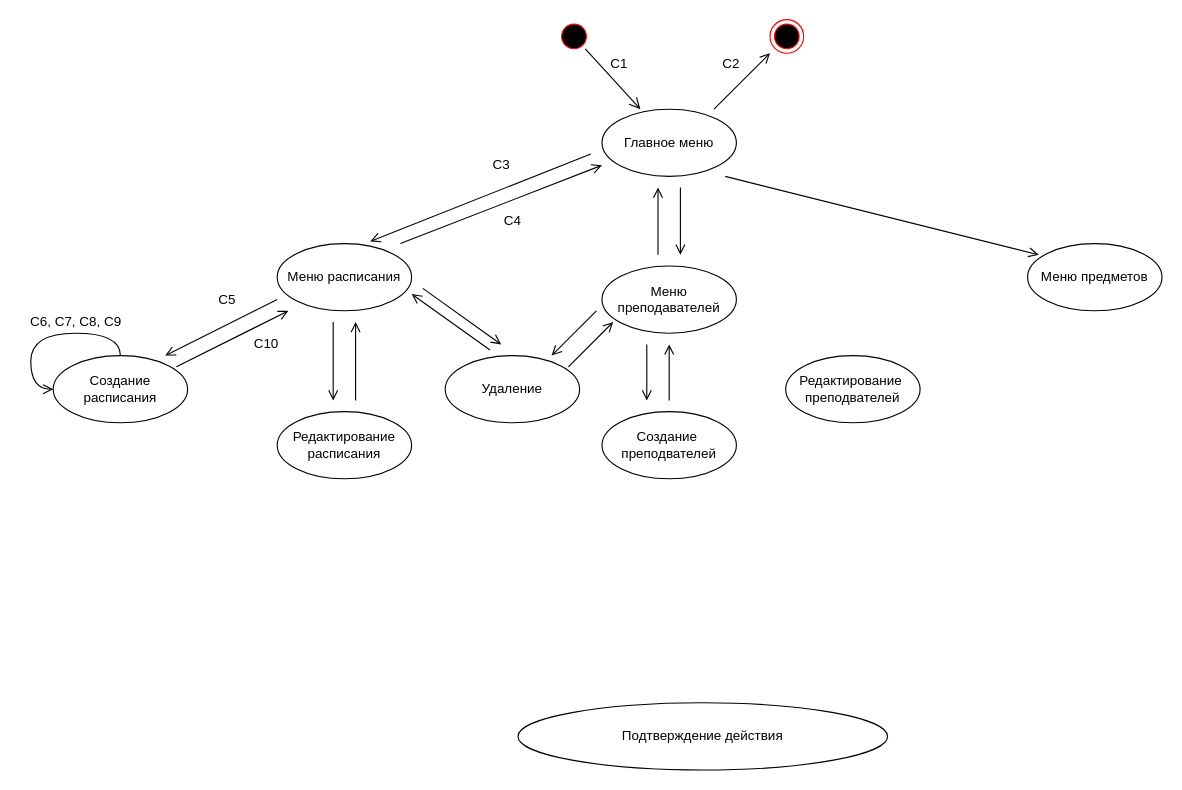
Before: граф_состояний_интерфейса.drawio in D-Black-N/TRPS, a draw.io diagram. Source tidied: cells renumbered, new cells numbered last; positions are measured from the earlier drawing's top-left corner, leaving out a move shared by most shapes. Both pictures are drawn from the tidied source at 112%, with x=0, y=0 at pixel (19, 19).
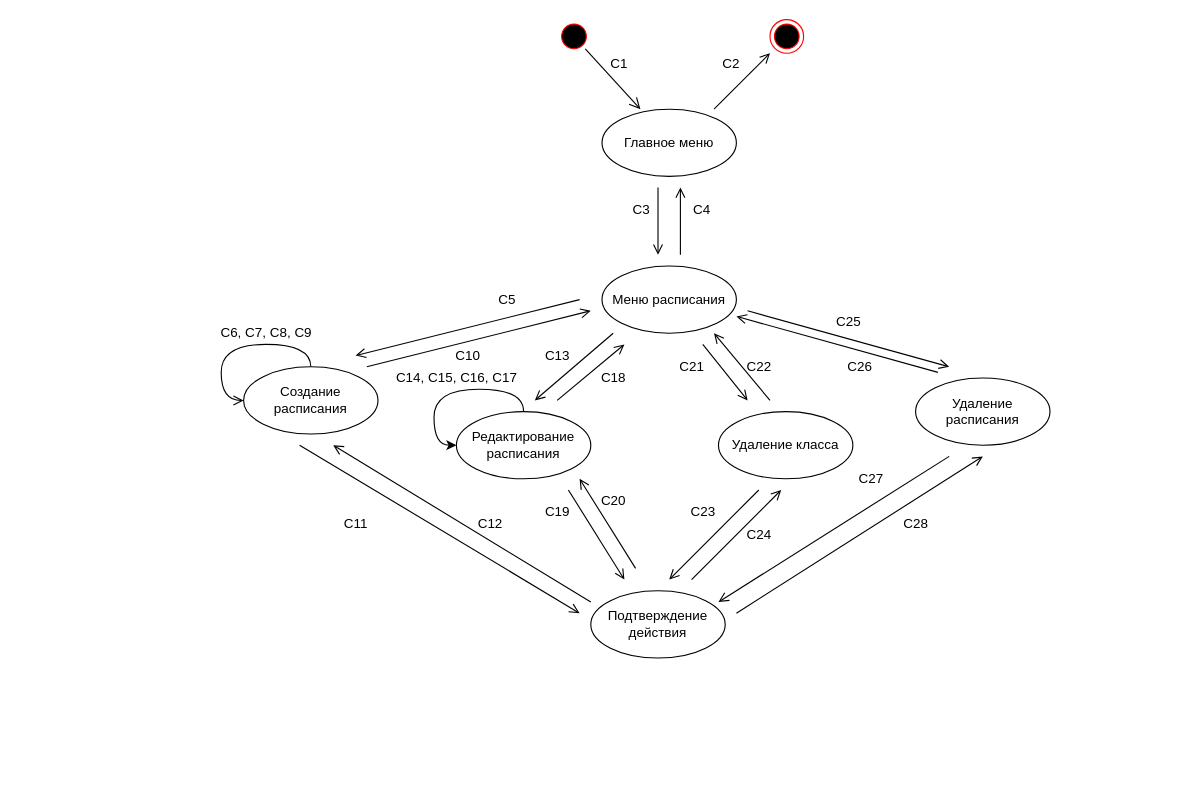
The same diagram, later.

Commit message:
Update граф_состояний_интерфейса

The edit, as a diff of the source:
```diff
@@
-    <mxCell id="6" value="Меню преподавателей" style="ellipse;whiteSpace=wrap;html=1;" parent="1" vertex="1">
-      <mxGeometry x="520" y="220" width="120" height="60" as="geometry" />
-    </mxCell>
-    <mxCell id="7" value="Меню предметов" style="ellipse;whiteSpace=wrap;html=1;" parent="1" vertex="1">
-      <mxGeometry x="900" y="200" width="120" height="60" as="geometry" />
-    </mxCell>
     <mxCell id="8" value="Меню расписания" style="ellipse;whiteSpace=wrap;html=1;" parent="1" vertex="1">
-      <mxGeometry x="230" y="200" width="120" height="60" as="geometry" />
+      <mxGeometry x="520" y="220" width="120" height="60" as="geometry" />
     </mxCell>
@@
-    <mxCell id="10" style="endArrow=open;html=1;rounded=0;endSize=7;entryX=0.692;entryY=-0.033;entryDx=0;entryDy=0;entryPerimeter=0;endFill=0;" parent="1" edge="1" target="8">
+    <mxCell id="10" style="endArrow=open;html=1;rounded=0;endSize=7;endFill=0;" parent="1" edge="1">
       <mxGeometry relative="1" as="geometry">
-        <mxPoint x="510" y="120" as="sourcePoint" />
+        <mxPoint x="570" y="150" as="sourcePoint" />
+        <mxPoint x="570" y="210" as="targetPoint" />
       </mxGeometry>
     </mxCell>
-    <mxCell id="11" style="endArrow=open;html=1;rounded=0;endSize=7;endFill=0;" parent="1" edge="1">
-      <mxGeometry relative="1" as="geometry">
-        <mxPoint x="590" y="150" as="sourcePoint" />
-        <mxPoint x="590" y="210" as="targetPoint" />
-      </mxGeometry>
-    </mxCell>
-    <mxCell id="12" style="endArrow=open;html=1;rounded=0;endSize=7;endFill=0;" parent="1" edge="1">
-      <mxGeometry relative="1" as="geometry">
-        <mxPoint x="630" y="140" as="sourcePoint" />
-        <mxPoint x="910" y="210" as="targetPoint" />
-      </mxGeometry>
-    </mxCell>
@@
     <mxCell id="15" value="С3" style="text;html=1;align=center;verticalAlign=middle;strokeColor=none;fillColor=none;" parent="1" vertex="1">
-      <mxGeometry x="415" y="120" width="30" height="20" as="geometry" />
+      <mxGeometry x="540" y="160" width="30" height="20" as="geometry" />
     </mxCell>
-    <mxCell id="16" value="Подтверждение действия" style="ellipse;whiteSpace=wrap;html=1;" parent="1" vertex="1">
-      <mxGeometry x="445" y="610" width="330" height="60" as="geometry" />
-    </mxCell>
-    <mxCell id="17" value="Удаление" style="ellipse;whiteSpace=wrap;html=1;" parent="1" vertex="1">
-      <mxGeometry x="380" y="300" width="120" height="60" as="geometry" />
+    <mxCell id="17" value="Удаление класса" style="ellipse;whiteSpace=wrap;html=1;" parent="1" vertex="1">
+      <mxGeometry x="624" y="350" width="120" height="60" as="geometry" />
     </mxCell>
     <mxCell id="18" style="edgeStyle=orthogonalEdgeStyle;rounded=0;orthogonalLoop=1;jettySize=auto;html=1;endArrow=open;endFill=0;endSize=7;curved=1;entryX=0;entryY=0.5;entryDx=0;entryDy=0;exitX=0.5;exitY=0;exitDx=0;exitDy=0;" parent="1" edge="1" source="19" target="19">
       <mxGeometry relative="1" as="geometry">
         <Array as="points">
-          <mxPoint x="90" y="280" />
-          <mxPoint x="10" y="280" />
-          <mxPoint x="10" y="330" />
+          <mxPoint x="260" y="290" />
+          <mxPoint x="180" y="290" />
+          <mxPoint x="180" y="340" />
         </Array>
       </mxGeometry>
     </mxCell>
     <mxCell id="19" value="Создание расписания" style="ellipse;whiteSpace=wrap;html=1;" parent="1" vertex="1">
-      <mxGeometry x="30" y="300" width="120" height="60" as="geometry" />
+      <mxGeometry x="200" y="310" width="120" height="60" as="geometry" />
     </mxCell>
+    <mxCell id="39" style="edgeStyle=orthogonalEdgeStyle;rounded=0;orthogonalLoop=1;jettySize=auto;html=1;entryX=0;entryY=0.5;entryDx=0;entryDy=0;elbow=vertical;curved=1;" parent="1" edge="1" source="20" target="20">
+      <mxGeometry relative="1" as="geometry">
+        <Array as="points">
+          <mxPoint x="450" y="330" />
+          <mxPoint x="370" y="330" />
+          <mxPoint x="370" y="380" />
+        </Array>
+      </mxGeometry>
+    </mxCell>
     <mxCell id="20" value="Редактирование расписания" style="ellipse;whiteSpace=wrap;html=1;" parent="1" vertex="1">
-      <mxGeometry x="230" y="350" width="120" height="60" as="geometry" />
+      <mxGeometry x="390" y="350" width="120" height="60" as="geometry" />
     </mxCell>
     <mxCell id="21" style="endArrow=open;html=1;rounded=0;endSize=7;endFill=0;" parent="1" edge="1">
       <mxGeometry relative="1" as="geometry">
-        <mxPoint x="230" y="250" as="sourcePoint" />
-        <mxPoint x="130" y="300" as="targetPoint" />
+        <mxPoint x="500" y="250" as="sourcePoint" />
+        <mxPoint x="300" y="300" as="targetPoint" />
       </mxGeometry>
     </mxCell>
     <mxCell id="22" style="endArrow=open;html=1;rounded=0;endSize=7;endFill=0;" parent="1" edge="1">
       <mxGeometry relative="1" as="geometry">
-        <mxPoint x="280" y="270" as="sourcePoint" />
-        <mxPoint x="280" y="340" as="targetPoint" />
+        <mxPoint x="610" y="290" as="sourcePoint" />
+        <mxPoint x="650" y="340" as="targetPoint" />
       </mxGeometry>
     </mxCell>
     <mxCell id="23" value="С5" style="text;html=1;align=center;verticalAlign=middle;strokeColor=none;fillColor=none;" parent="1" vertex="1">
-      <mxGeometry x="170" y="240" width="30" height="20" as="geometry" />
+      <mxGeometry x="420" y="240" width="30" height="20" as="geometry" />
     </mxCell>
     <mxCell id="24" value="C6, C7, C8, C9" style="text;html=1;align=center;verticalAlign=middle;strokeColor=none;fillColor=none;" parent="1" vertex="1">
-      <mxGeometry y="260" width="100" height="20" as="geometry" />
+      <mxGeometry x="170" y="270" width="100" height="20" as="geometry" />
     </mxCell>
-    <mxCell id="25" value="Создание&amp;nbsp;&lt;br&gt;преподвателей" style="ellipse;whiteSpace=wrap;html=1;" parent="1" vertex="1">
-      <mxGeometry x="520" y="350" width="120" height="60" as="geometry" />
-    </mxCell>
-    <mxCell id="26" value="Редактирование&amp;nbsp;&lt;br&gt;преподвателей" style="ellipse;whiteSpace=wrap;html=1;" parent="1" vertex="1">
-      <mxGeometry x="684" y="300" width="120" height="60" as="geometry" />
-    </mxCell>
     <mxCell id="27" style="endArrow=open;html=1;rounded=0;endSize=7;endFill=0;" parent="1" edge="1">
       <mxGeometry relative="1" as="geometry">
-        <mxPoint x="360" y="240" as="sourcePoint" />
-        <mxPoint x="430" y="290" as="targetPoint" />
+        <mxPoint x="650" y="260" as="sourcePoint" />
+        <mxPoint x="830" y="310" as="targetPoint" />
       </mxGeometry>
     </mxCell>
-    <mxCell id="28" style="endArrow=open;html=1;rounded=0;endSize=7;entryX=0.692;entryY=-0.033;entryDx=0;entryDy=0;entryPerimeter=0;endFill=0;" parent="1" edge="1">
+    <mxCell id="28" style="endArrow=open;html=1;rounded=0;endSize=7;endFill=0;" parent="1" edge="1">
       <mxGeometry relative="1" as="geometry">
-        <mxPoint x="340" y="200" as="sourcePoint" />
-        <mxPoint x="520" y="130" as="targetPoint" />
+        <mxPoint x="590" y="210" as="sourcePoint" />
+        <mxPoint x="590" y="150" as="targetPoint" />
       </mxGeometry>
     </mxCell>
     <mxCell id="29" value="С4" style="text;html=1;align=center;verticalAlign=middle;strokeColor=none;fillColor=none;" parent="1" vertex="1">
-      <mxGeometry x="425" y="170" width="30" height="20" as="geometry" />
+      <mxGeometry x="594" y="160" width="30" height="20" as="geometry" />
     </mxCell>
     <mxCell id="30" style="endArrow=open;html=1;rounded=0;endSize=7;endFill=0;" parent="1" edge="1">
       <mxGeometry relative="1" as="geometry">
-        <mxPoint x="140" y="310" as="sourcePoint" />
-        <mxPoint x="240" y="260" as="targetPoint" />
+        <mxPoint x="310" y="310" as="sourcePoint" />
+        <mxPoint x="510" y="260" as="targetPoint" />
       </mxGeometry>
     </mxCell>
     <mxCell id="31" value="C10" style="text;html=1;align=center;verticalAlign=middle;strokeColor=none;fillColor=none;" parent="1" vertex="1">
-      <mxGeometry x="200" y="280" width="40" height="20" as="geometry" />
+      <mxGeometry x="380" y="290" width="40" height="20" as="geometry" />
     </mxCell>
     <mxCell id="32" style="endArrow=open;html=1;rounded=0;endSize=7;endFill=0;" parent="1" edge="1">
       <mxGeometry relative="1" as="geometry">
-        <mxPoint x="300" y="340" as="sourcePoint" />
-        <mxPoint x="300" y="270" as="targetPoint" />
+        <mxPoint x="670" y="340" as="sourcePoint" />
+        <mxPoint x="620" y="280" as="targetPoint" />
       </mxGeometry>
     </mxCell>
     <mxCell id="33" style="endArrow=open;html=1;rounded=0;endSize=7;endFill=0;" parent="1" edge="1">
       <mxGeometry relative="1" as="geometry">
-        <mxPoint x="420" y="295" as="sourcePoint" />
-        <mxPoint x="350" y="245" as="targetPoint" />
+        <mxPoint x="820" y="315" as="sourcePoint" />
+        <mxPoint x="640" y="265" as="targetPoint" />
       </mxGeometry>
     </mxCell>
-    <mxCell id="34" style="endArrow=open;html=1;rounded=0;endSize=7;strokeColor=#000000;curved=1;endFill=0;" parent="1" edge="1">
-      <mxGeometry relative="1" as="geometry">
-        <mxPoint x="515" y="260" as="sourcePoint" />
-        <mxPoint x="475" y="300" as="targetPoint" />
-      </mxGeometry>
-    </mxCell>
-    <mxCell id="35" style="endArrow=open;html=1;rounded=0;endSize=7;strokeColor=#000000;curved=1;endFill=0;" parent="1" edge="1">
-      <mxGeometry relative="1" as="geometry">
-        <mxPoint x="490" y="310" as="sourcePoint" />
-        <mxPoint x="530" y="270" as="targetPoint" />
-      </mxGeometry>
-    </mxCell>
-    <mxCell id="36" style="endArrow=open;html=1;rounded=0;endSize=7;strokeColor=#000000;endFill=0;" parent="1" edge="1">
-      <mxGeometry relative="1" as="geometry">
-        <mxPoint x="560" y="290" as="sourcePoint" />
-        <mxPoint x="560" y="340" as="targetPoint" />
-      </mxGeometry>
-    </mxCell>
-    <mxCell id="37" style="endArrow=open;html=1;rounded=0;endSize=7;strokeColor=#000000;endFill=0;" parent="1" edge="1">
-      <mxGeometry relative="1" as="geometry">
-        <mxPoint x="580" y="340" as="sourcePoint" />
-        <mxPoint x="580" y="290" as="targetPoint" />
-      </mxGeometry>
-    </mxCell>
-    <mxCell id="38" style="endArrow=open;html=1;rounded=0;endSize=7;endFill=0;" parent="1" edge="1">
-      <mxGeometry relative="1" as="geometry">
-        <mxPoint x="570" y="210" as="sourcePoint" />
-        <mxPoint x="570" y="150" as="targetPoint" />
-      </mxGeometry>
-    </mxCell>
+    <mxCell id="40" value="Удаление расписания" style="ellipse;whiteSpace=wrap;html=1;" parent="1" vertex="1">
+      <mxGeometry x="800" y="320" width="120" height="60" as="geometry" />
+    </mxCell>
+    <mxCell id="41" style="endArrow=open;html=1;rounded=0;endSize=7;endFill=0;" parent="1" edge="1">
+      <mxGeometry relative="1" as="geometry">
+        <mxPoint x="530" y="280" as="sourcePoint" />
+        <mxPoint x="460" y="340" as="targetPoint" />
+      </mxGeometry>
+    </mxCell>
+    <mxCell id="42" style="endArrow=open;html=1;rounded=0;endSize=7;endFill=0;" parent="1" edge="1">
+      <mxGeometry relative="1" as="geometry">
+        <mxPoint x="480" y="340" as="sourcePoint" />
+        <mxPoint x="540" y="290" as="targetPoint" />
+      </mxGeometry>
+    </mxCell>
+    <mxCell id="16" value="Подтверждение действия" style="ellipse;whiteSpace=wrap;html=1;" parent="1" vertex="1">
+      <mxGeometry x="510" y="510" width="120" height="60" as="geometry" />
+    </mxCell>
+    <mxCell id="43" style="endArrow=open;html=1;rounded=0;endSize=7;endFill=0;" parent="1" edge="1">
+      <mxGeometry relative="1" as="geometry">
+        <mxPoint x="250" y="380" as="sourcePoint" />
+        <mxPoint x="500" y="530" as="targetPoint" />
+      </mxGeometry>
+    </mxCell>
+    <mxCell id="44" style="endArrow=open;html=1;rounded=0;endSize=7;endFill=0;" parent="1" edge="1">
+      <mxGeometry relative="1" as="geometry">
+        <mxPoint x="510" y="520" as="sourcePoint" />
+        <mxPoint x="280" y="380" as="targetPoint" />
+      </mxGeometry>
+    </mxCell>
+    <mxCell id="45" value="C11" style="text;html=1;align=center;verticalAlign=middle;strokeColor=none;fillColor=none;" parent="1" vertex="1">
+      <mxGeometry x="280" y="440" width="40" height="20" as="geometry" />
+    </mxCell>
+    <mxCell id="46" value="С12" style="text;html=1;align=center;verticalAlign=middle;strokeColor=none;fillColor=none;" parent="1" vertex="1">
+      <mxGeometry x="400" y="440" width="40" height="20" as="geometry" />
+    </mxCell>
+    <mxCell id="47" style="endArrow=open;html=1;rounded=0;endSize=7;endFill=0;" parent="1" edge="1">
+      <mxGeometry relative="1" as="geometry">
+        <mxPoint x="550" y="490" as="sourcePoint" />
+        <mxPoint x="500" y="410" as="targetPoint" />
+      </mxGeometry>
+    </mxCell>
+    <mxCell id="48" style="endArrow=open;html=1;rounded=0;endSize=7;endFill=0;" parent="1" edge="1">
+      <mxGeometry relative="1" as="geometry">
+        <mxPoint x="490" y="420" as="sourcePoint" />
+        <mxPoint x="540" y="500" as="targetPoint" />
+      </mxGeometry>
+    </mxCell>
+    <mxCell id="49" style="endArrow=open;html=1;rounded=0;endSize=7;endFill=0;" parent="1" edge="1">
+      <mxGeometry relative="1" as="geometry">
+        <mxPoint x="640" y="530" as="sourcePoint" />
+        <mxPoint x="860" y="390" as="targetPoint" />
+      </mxGeometry>
+    </mxCell>
+    <mxCell id="50" style="endArrow=open;html=1;rounded=0;endSize=7;endFill=0;" parent="1" edge="1">
+      <mxGeometry relative="1" as="geometry">
+        <mxPoint x="830" y="390" as="sourcePoint" />
+        <mxPoint x="624" y="520" as="targetPoint" />
+      </mxGeometry>
+    </mxCell>
+    <mxCell id="51" style="endArrow=open;html=1;rounded=0;endSize=7;endFill=0;" parent="1" edge="1">
+      <mxGeometry relative="1" as="geometry">
+        <mxPoint x="600" y="500" as="sourcePoint" />
+        <mxPoint x="680" y="420" as="targetPoint" />
+      </mxGeometry>
+    </mxCell>
+    <mxCell id="52" style="endArrow=open;html=1;rounded=0;endSize=7;endFill=0;" parent="1" edge="1">
+      <mxGeometry relative="1" as="geometry">
+        <mxPoint x="660" y="420" as="sourcePoint" />
+        <mxPoint x="580" y="500" as="targetPoint" />
+      </mxGeometry>
+    </mxCell>
+    <mxCell id="53" value="C14, C15, C16, C17" style="text;html=1;align=center;verticalAlign=middle;strokeColor=none;fillColor=none;" parent="1" vertex="1">
+      <mxGeometry x="330" y="310" width="120" height="20" as="geometry" />
+    </mxCell>
+    <mxCell id="54" value="С13" style="text;html=1;align=center;verticalAlign=middle;strokeColor=none;fillColor=none;" parent="1" vertex="1">
+      <mxGeometry x="460" y="290" width="40" height="20" as="geometry" />
+    </mxCell>
+    <mxCell id="55" value="С18" style="text;html=1;align=center;verticalAlign=middle;strokeColor=none;fillColor=none;" parent="1" vertex="1">
+      <mxGeometry x="510" y="310" width="40" height="20" as="geometry" />
+    </mxCell>
+    <mxCell id="56" value="С19" style="text;html=1;align=center;verticalAlign=middle;strokeColor=none;fillColor=none;" parent="1" vertex="1">
+      <mxGeometry x="460" y="430" width="40" height="20" as="geometry" />
+    </mxCell>
+    <mxCell id="57" value="С20" style="text;html=1;align=center;verticalAlign=middle;strokeColor=none;fillColor=none;" parent="1" vertex="1">
+      <mxGeometry x="510" y="420" width="40" height="20" as="geometry" />
+    </mxCell>
+    <mxCell id="58" value="С21" style="text;html=1;align=center;verticalAlign=middle;strokeColor=none;fillColor=none;" parent="1" vertex="1">
+      <mxGeometry x="580" y="300" width="40" height="20" as="geometry" />
+    </mxCell>
+    <mxCell id="59" value="С22" style="text;html=1;align=center;verticalAlign=middle;strokeColor=none;fillColor=none;" parent="1" vertex="1">
+      <mxGeometry x="640" y="300" width="40" height="20" as="geometry" />
+    </mxCell>
+    <mxCell id="60" value="С23" style="text;html=1;align=center;verticalAlign=middle;strokeColor=none;fillColor=none;" parent="1" vertex="1">
+      <mxGeometry x="590" y="430" width="40" height="20" as="geometry" />
+    </mxCell>
+    <mxCell id="61" value="С24" style="text;html=1;align=center;verticalAlign=middle;strokeColor=none;fillColor=none;" parent="1" vertex="1">
+      <mxGeometry x="640" y="450" width="40" height="20" as="geometry" />
+    </mxCell>
+    <mxCell id="62" value="С25" style="text;html=1;align=center;verticalAlign=middle;strokeColor=none;fillColor=none;" parent="1" vertex="1">
+      <mxGeometry x="720" y="260" width="40" height="20" as="geometry" />
+    </mxCell>
+    <mxCell id="63" value="С26" style="text;html=1;align=center;verticalAlign=middle;strokeColor=none;fillColor=none;" parent="1" vertex="1">
+      <mxGeometry x="730" y="300" width="40" height="20" as="geometry" />
+    </mxCell>
+    <mxCell id="64" value="С27" style="text;html=1;align=center;verticalAlign=middle;strokeColor=none;fillColor=none;" parent="1" vertex="1">
+      <mxGeometry x="740" y="400" width="40" height="20" as="geometry" />
+    </mxCell>
+    <mxCell id="65" value="С28" style="text;html=1;align=center;verticalAlign=middle;strokeColor=none;fillColor=none;" parent="1" vertex="1">
+      <mxGeometry x="780" y="440" width="40" height="20" as="geometry" />
+    </mxCell>
```
